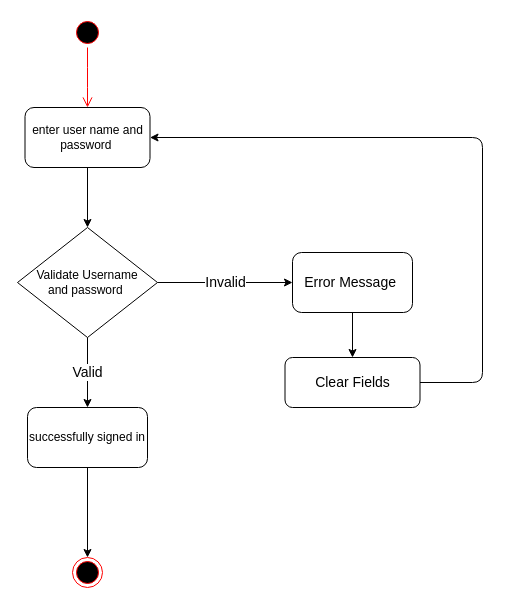
Earlier version of the draw.io diagram Tasks/Reham/Activity Diagram/2 Sign in .drawio (romanyn36/Catch-The-AI). Source tidied: cells renumbered, new cells numbered last; positions are measured from the earlier drawing's top-left corner, leaving out a move shared by most shapes. Both pictures are drawn from the tidied source at 100%, with x=0, y=0 at pixel (17, 17).
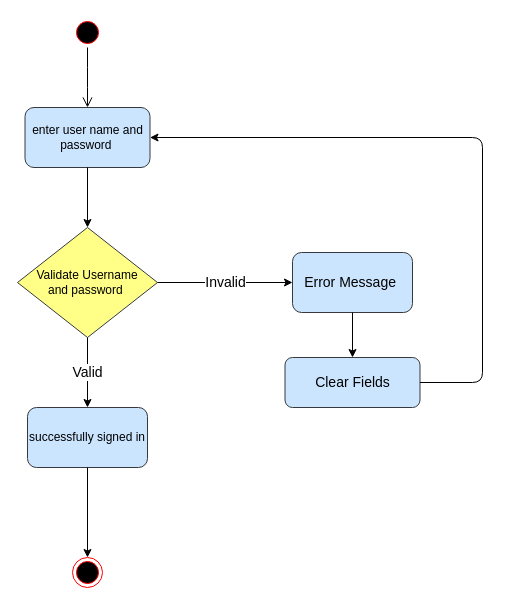
After the change.

Diff of the diagram source:
```diff
@@
 <mxGraphModel>
   <root>
     <mxCell id="0" />
     <mxCell id="1" parent="0" />
     <mxCell id="2" style="ellipse;html=1;shape=startState;fillColor=#000000;strokeColor=#ff0000;" parent="1" vertex="1">
       <mxGeometry x="55" width="30" height="30" as="geometry" />
     </mxCell>
-    <mxCell id="3" style="edgeStyle=orthogonalEdgeStyle;html=1;verticalAlign=bottom;endArrow=open;endSize=8;strokeColor=#ff0000;" parent="1" edge="1" source="2">
+    <mxCell id="3" style="edgeStyle=orthogonalEdgeStyle;html=1;verticalAlign=bottom;endArrow=open;endSize=8;strokeColor=#000000;" parent="1" edge="1" source="2">
       <mxGeometry relative="1" as="geometry">
         <mxPoint x="70" y="90" as="targetPoint" />
       </mxGeometry>
     </mxCell>
-    <mxCell id="4" value="enter user name and password&amp;nbsp;" style="rounded=1;whiteSpace=wrap;html=1;" parent="1" vertex="1">
+    <mxCell id="4" value="enter user name and password&amp;nbsp;" style="rounded=1;whiteSpace=wrap;html=1;fillColor=#cce5ff;strokeColor=#36393d;" parent="1" vertex="1">
       <mxGeometry x="7.5" y="90" width="125" height="60" as="geometry" />
     </mxCell>
-    <mxCell id="5" value="Validate Username &lt;br&gt;and password&amp;nbsp;" style="rhombus;whiteSpace=wrap;html=1;" parent="1" vertex="1">
+    <mxCell id="5" value="Validate Username &lt;br&gt;and password&amp;nbsp;" style="rhombus;whiteSpace=wrap;html=1;fillColor=#ffff88;strokeColor=#36393d;" parent="1" vertex="1">
       <mxGeometry y="210" width="140" height="110" as="geometry" />
     </mxCell>
     <mxCell id="6" style="endArrow=classic;html=1;entryX=0.5;entryY=0;entryDx=0;entryDy=0;exitX=0.5;exitY=1;exitDx=0;exitDy=0;" parent="1" edge="1" source="4" target="5">
       <mxGeometry relative="1" as="geometry" />
     </mxCell>
-    <mxCell id="7" value="&lt;span style=&quot;font-size: 14px&quot;&gt;Error Message&amp;nbsp;&lt;/span&gt;" style="rounded=1;whiteSpace=wrap;html=1;" parent="1" vertex="1">
+    <mxCell id="7" value="&lt;span style=&quot;font-size: 14px&quot;&gt;Error Message&amp;nbsp;&lt;/span&gt;" style="rounded=1;whiteSpace=wrap;html=1;fillColor=#cce5ff;strokeColor=#36393d;" parent="1" vertex="1">
       <mxGeometry x="275" y="235" width="120" height="60" as="geometry" />
     </mxCell>
     <mxCell id="8" value="&lt;font style=&quot;font-size: 14px&quot;&gt;Invalid&lt;/font&gt;" style="endArrow=classic;html=1;entryX=0;entryY=0.5;entryDx=0;entryDy=0;exitX=1;exitY=0.5;exitDx=0;exitDy=0;" parent="1" edge="1" source="5" target="7">
       <mxGeometry relative="1" as="geometry">
         <Array as="points">
           <mxPoint x="205" y="265" />
         </Array>
       </mxGeometry>
     </mxCell>
-    <mxCell id="9" value="successfully signed in" style="rounded=1;whiteSpace=wrap;html=1;" parent="1" vertex="1">
+    <mxCell id="9" value="successfully signed in" style="rounded=1;whiteSpace=wrap;html=1;fillColor=#cce5ff;strokeColor=#36393d;" parent="1" vertex="1">
       <mxGeometry x="10" y="390" width="120" height="60" as="geometry" />
     </mxCell>
     <mxCell id="10" value="&lt;font style=&quot;font-size: 14px&quot;&gt;Valid&lt;/font&gt;" style="endArrow=classic;html=1;exitX=0.5;exitY=1;exitDx=0;exitDy=0;entryX=0.5;entryY=0;entryDx=0;entryDy=0;" parent="1" edge="1" source="5" target="9">
       <mxGeometry relative="1" as="geometry" />
     </mxCell>
     <mxCell id="11" style="endArrow=classic;html=1;exitX=0.5;exitY=1;exitDx=0;exitDy=0;" parent="1" edge="1" source="9" target="12">
       <mxGeometry relative="1" as="geometry" />
     </mxCell>
     <mxCell id="12" style="ellipse;html=1;shape=endState;fillColor=#000000;strokeColor=#ff0000;" parent="1" vertex="1">
       <mxGeometry x="55" y="540" width="30" height="30" as="geometry" />
     </mxCell>
-    <mxCell id="13" value="&lt;font style=&quot;font-size: 14px&quot;&gt;Clear Fields&lt;/font&gt;" style="rounded=1;whiteSpace=wrap;html=1;" parent="1" vertex="1">
+    <mxCell id="13" value="&lt;font style=&quot;font-size: 14px&quot;&gt;Clear Fields&lt;/font&gt;" style="rounded=1;whiteSpace=wrap;html=1;fillColor=#cce5ff;strokeColor=#36393d;" parent="1" vertex="1">
       <mxGeometry x="267.5" y="340" width="135" height="50" as="geometry" />
     </mxCell>
     <mxCell id="14" style="endArrow=classic;html=1;entryX=1;entryY=0.5;entryDx=0;entryDy=0;exitX=1;exitY=0.5;exitDx=0;exitDy=0;" parent="1" edge="1" source="13" target="4">
       <mxGeometry relative="1" as="geometry">
         <Array as="points">
           <mxPoint x="465" y="365" />
           <mxPoint x="465" y="120" />
         </Array>
       </mxGeometry>
     </mxCell>
     <mxCell id="15" style="endArrow=classic;html=1;entryX=0.5;entryY=0;entryDx=0;entryDy=0;exitX=0.5;exitY=1;exitDx=0;exitDy=0;" parent="1" edge="1" source="7" target="13">
       <mxGeometry relative="1" as="geometry" />
     </mxCell>
   </root>
 </mxGraphModel>
```
